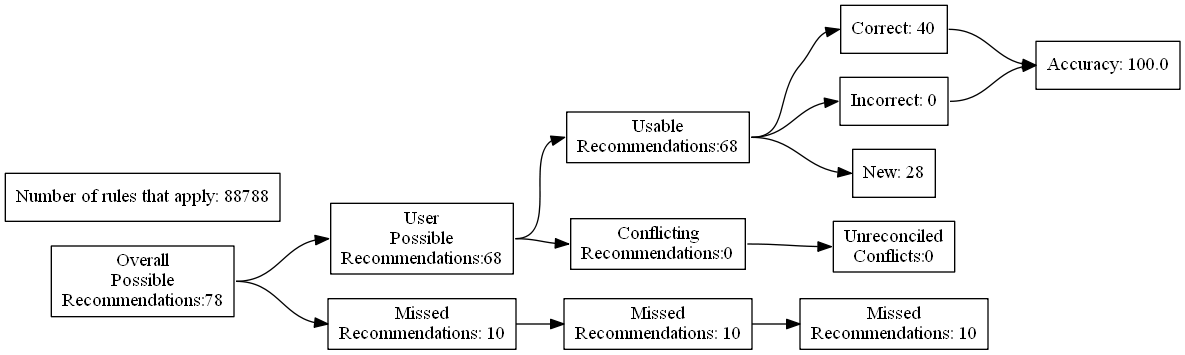
Earlier version of the Graphviz export test_renders/74.gv.png (ZaxR/ibd_diet_analysis). Its source is kept beside it as test_renders/74.gv.
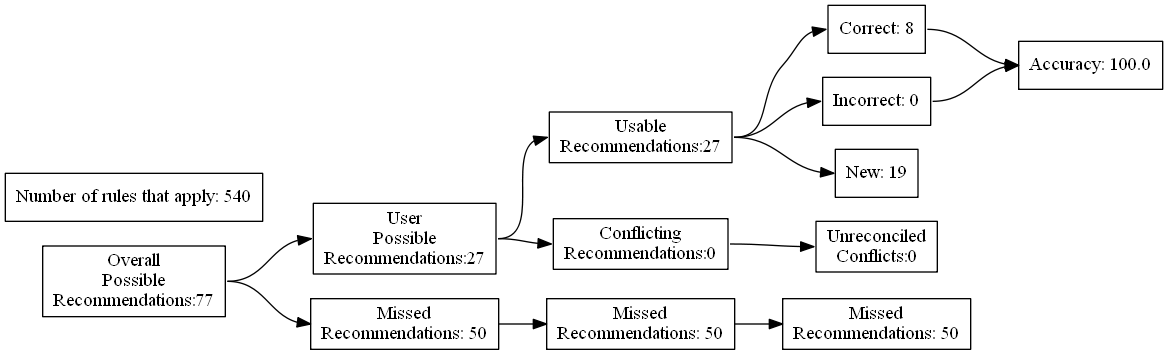
After the change.

The edit, as a diff of the source:
```diff
@@ -4,27 +4,27 @@
 	edge [headport=w tailport=e]
 		A [label="Overall
 Possible
-Recommendations:78"]
+Recommendations:77"]
 		B [label="User
 Possible
-Recommendations:68"]
+Recommendations:27"]
 		C [label="Missed
-Recommendations: 10"]
+Recommendations: 50"]
 		D [label="Usable
-Recommendations:68"]
+Recommendations:27"]
 		E [label="Conflicting
 Recommendations:0"]
 		J [label="Missed
-Recommendations: 10"]
+Recommendations: 50"]
 		M [label="Unreconciled
 Conflicts:0"]
-		F [label="Correct: 40"]
+		F [label="Correct: 8"]
 		G [label="Incorrect: 0"]
-		H [label="New: 28"]
+		H [label="New: 19"]
 		K [label="Missed
-Recommendations: 10"]
+Recommendations: 50"]
 		I [label="Accuracy: 100.0"]
-		l [label="Number of rules that apply: 88788"]
+		l [label="Number of rules that apply: 540"]
 			A -> B
 			A -> C
 			B -> D
```
